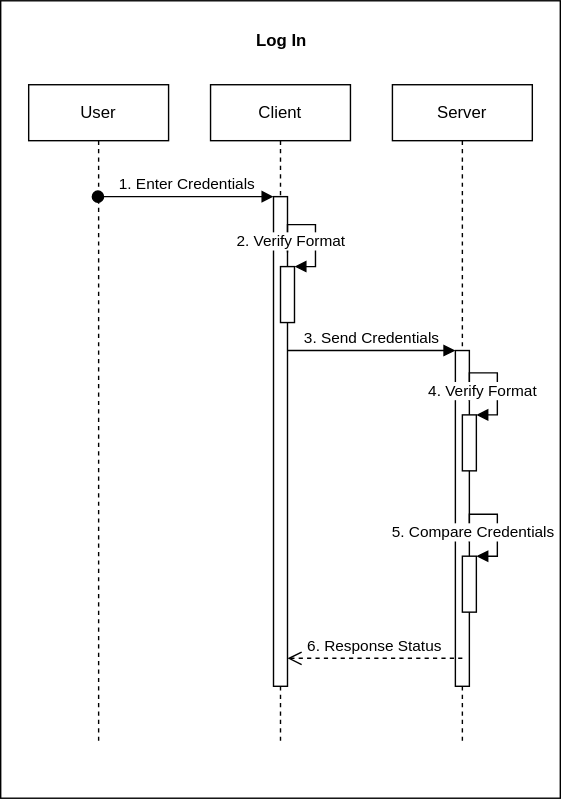
The draw.io diagram Diagrams/LogIn.svg in mikanaaa/User-Authentication-And-Authorization, before a commit. Source tidied: cells renumbered, new cells last; positions are measured from the earlier drawing's top-left corner, leaving out a move shared by most shapes. Source of this version:
```xml
<mxGraphModel>
  <root>
    <mxCell id="0" />
    <mxCell id="1" parent="0" />
    <mxCell id="2" value="&lt;p style=&quot;margin: 0px ; margin-top: 4px ; text-align: center&quot;&gt;&lt;b&gt;&lt;br&gt;&lt;/b&gt;&lt;/p&gt;&lt;p style=&quot;margin: 0px ; margin-top: 4px ; text-align: center&quot;&gt;&lt;b&gt;Log In&lt;/b&gt;&lt;/p&gt;" style="verticalAlign=top;align=left;overflow=fill;fontSize=12;fontFamily=Helvetica;html=1;fillColor=#ffffff;" parent="1" vertex="1">
      <mxGeometry width="400" height="570" as="geometry" />
    </mxCell>
    <mxCell id="3" value="User&lt;span style=&quot;color: rgba(0 , 0 , 0 , 0) ; font-family: monospace ; font-size: 0px ; white-space: nowrap&quot;&gt;%3CmxGraphModel%3E%3Croot%3E%3CmxCell%20id%3D%220%22%2F%3E%3CmxCell%20id%3D%221%22%20parent%3D%220%22%2F%3E%3CmxCell%20id%3D%222%22%20value%3D%22Client%22%20style%3D%22html%3D1%3B%22%20vertex%3D%221%22%20parent%3D%221%22%3E%3CmxGeometry%20x%3D%22305%22%20y%3D%2290%22%20width%3D%22110%22%20height%3D%2250%22%20as%3D%22geometry%22%2F%3E%3C%2FmxCell%3E%3C%2Froot%3E%3C%2FmxGraphModel%3E&lt;/span&gt;" style="shape=umlLifeline;perimeter=lifelinePerimeter;whiteSpace=wrap;html=1;outlineConnect=0;" parent="1" vertex="1">
      <mxGeometry x="20" y="60" width="100" height="470" as="geometry" />
    </mxCell>
    <mxCell id="4" value="Client" style="shape=umlLifeline;perimeter=lifelinePerimeter;whiteSpace=wrap;html=1;" parent="1" vertex="1">
      <mxGeometry x="150" y="60" width="100" height="470" as="geometry" />
    </mxCell>
    <mxCell id="5" style="html=1;points=[];perimeter=orthogonalPerimeter;" parent="4" vertex="1">
      <mxGeometry x="45" y="80" width="10" height="350" as="geometry" />
    </mxCell>
    <mxCell id="6" style="html=1;points=[];perimeter=orthogonalPerimeter;" parent="4" vertex="1">
      <mxGeometry x="50" y="130" width="10" height="40" as="geometry" />
    </mxCell>
    <mxCell id="7" value="2. Verify Format" style="edgeStyle=orthogonalEdgeStyle;html=1;align=left;spacingLeft=2;endArrow=block;rounded=0;entryX=1;entryY=0;" parent="4" edge="1" target="6">
      <mxGeometry x="-0.81" y="40" relative="1" as="geometry">
        <mxPoint x="55" y="120" as="sourcePoint" />
        <Array as="points">
          <mxPoint x="55" y="120" />
          <mxPoint x="55" y="100" />
          <mxPoint x="75" y="100" />
          <mxPoint x="75" y="130" />
        </Array>
      </mxGeometry>
    </mxCell>
    <mxCell id="8" value="Server" style="shape=umlLifeline;perimeter=lifelinePerimeter;whiteSpace=wrap;html=1;" parent="1" vertex="1">
      <mxGeometry x="280" y="60" width="100" height="470" as="geometry" />
    </mxCell>
    <mxCell id="9" style="html=1;points=[];perimeter=orthogonalPerimeter;" parent="8" vertex="1">
      <mxGeometry x="45" y="190" width="10" height="240" as="geometry" />
    </mxCell>
    <mxCell id="10" value="1. Enter Credentials" style="html=1;verticalAlign=bottom;startArrow=oval;endArrow=block;startSize=8;" parent="1" edge="1" source="3" target="5">
      <mxGeometry relative="1" as="geometry">
        <Array as="points">
          <mxPoint x="140" y="140" />
        </Array>
      </mxGeometry>
    </mxCell>
    <mxCell id="11" value="3. Send Credentials" style="html=1;verticalAlign=bottom;endArrow=block;entryX=0;entryY=0;" parent="1" edge="1" source="5" target="9">
      <mxGeometry relative="1" as="geometry" />
    </mxCell>
    <mxCell id="12" style="html=1;points=[];perimeter=orthogonalPerimeter;" parent="1" vertex="1">
      <mxGeometry x="330" y="296" width="10" height="40" as="geometry" />
    </mxCell>
    <mxCell id="13" value="4. Verify Format" style="edgeStyle=orthogonalEdgeStyle;html=1;align=left;spacingLeft=2;endArrow=block;rounded=0;entryX=1;entryY=0;" parent="1" edge="1" target="12">
      <mxGeometry x="-0.84" y="33" relative="1" as="geometry">
        <mxPoint x="335" y="286" as="sourcePoint" />
        <Array as="points">
          <mxPoint x="335" y="286" />
          <mxPoint x="335" y="266" />
          <mxPoint x="355" y="266" />
          <mxPoint x="355" y="296" />
        </Array>
      </mxGeometry>
    </mxCell>
    <mxCell id="14" style="html=1;points=[];perimeter=orthogonalPerimeter;" parent="1" vertex="1">
      <mxGeometry x="330" y="397" width="10" height="40" as="geometry" />
    </mxCell>
    <mxCell id="15" value="5. Compare Credentials" style="edgeStyle=orthogonalEdgeStyle;html=1;align=left;spacingLeft=2;endArrow=block;rounded=0;entryX=1;entryY=0;" parent="1" edge="1" target="14">
      <mxGeometry x="-0.84" y="59" relative="1" as="geometry">
        <mxPoint x="335" y="387" as="sourcePoint" />
        <Array as="points">
          <mxPoint x="335" y="387" />
          <mxPoint x="335" y="367" />
          <mxPoint x="355" y="367" />
          <mxPoint x="355" y="397" />
        </Array>
      </mxGeometry>
    </mxCell>
    <mxCell id="16" value="6. Response Status" style="html=1;verticalAlign=bottom;endArrow=open;dashed=1;endSize=8;" parent="1" edge="1" target="5">
      <mxGeometry relative="1" as="geometry">
        <mxPoint x="330" y="470" as="sourcePoint" />
      </mxGeometry>
    </mxCell>
  </root>
</mxGraphModel>
```
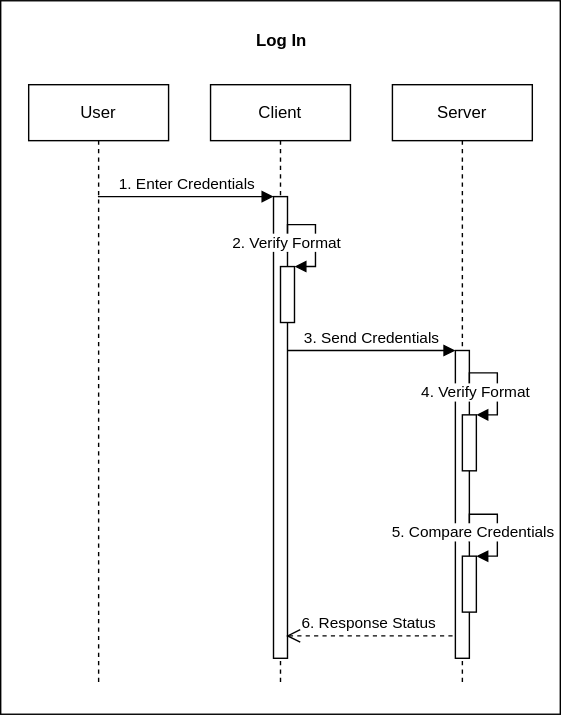
Above is the later version.

Diff of the diagram source:
```diff
@@ -3,22 +3,22 @@
     <mxCell id="0" />
     <mxCell id="1" parent="0" />
     <mxCell id="2" value="&lt;p style=&quot;margin: 0px ; margin-top: 4px ; text-align: center&quot;&gt;&lt;b&gt;&lt;br&gt;&lt;/b&gt;&lt;/p&gt;&lt;p style=&quot;margin: 0px ; margin-top: 4px ; text-align: center&quot;&gt;&lt;b&gt;Log In&lt;/b&gt;&lt;/p&gt;" style="verticalAlign=top;align=left;overflow=fill;fontSize=12;fontFamily=Helvetica;html=1;fillColor=#ffffff;" parent="1" vertex="1">
-      <mxGeometry width="400" height="570" as="geometry" />
+      <mxGeometry width="400" height="510" as="geometry" />
     </mxCell>
     <mxCell id="3" value="User&lt;span style=&quot;color: rgba(0 , 0 , 0 , 0) ; font-family: monospace ; font-size: 0px ; white-space: nowrap&quot;&gt;%3CmxGraphModel%3E%3Croot%3E%3CmxCell%20id%3D%220%22%2F%3E%3CmxCell%20id%3D%221%22%20parent%3D%220%22%2F%3E%3CmxCell%20id%3D%222%22%20value%3D%22Client%22%20style%3D%22html%3D1%3B%22%20vertex%3D%221%22%20parent%3D%221%22%3E%3CmxGeometry%20x%3D%22305%22%20y%3D%2290%22%20width%3D%22110%22%20height%3D%2250%22%20as%3D%22geometry%22%2F%3E%3C%2FmxCell%3E%3C%2Froot%3E%3C%2FmxGraphModel%3E&lt;/span&gt;" style="shape=umlLifeline;perimeter=lifelinePerimeter;whiteSpace=wrap;html=1;outlineConnect=0;" parent="1" vertex="1">
-      <mxGeometry x="20" y="60" width="100" height="470" as="geometry" />
+      <mxGeometry x="20" y="60" width="100" height="430" as="geometry" />
     </mxCell>
     <mxCell id="4" value="Client" style="shape=umlLifeline;perimeter=lifelinePerimeter;whiteSpace=wrap;html=1;" parent="1" vertex="1">
-      <mxGeometry x="150" y="60" width="100" height="470" as="geometry" />
+      <mxGeometry x="150" y="60" width="100" height="430" as="geometry" />
     </mxCell>
     <mxCell id="5" style="html=1;points=[];perimeter=orthogonalPerimeter;" parent="4" vertex="1">
-      <mxGeometry x="45" y="80" width="10" height="350" as="geometry" />
+      <mxGeometry x="45" y="80" width="10" height="330" as="geometry" />
     </mxCell>
     <mxCell id="6" style="html=1;points=[];perimeter=orthogonalPerimeter;" parent="4" vertex="1">
       <mxGeometry x="50" y="130" width="10" height="40" as="geometry" />
     </mxCell>
     <mxCell id="7" value="2. Verify Format" style="edgeStyle=orthogonalEdgeStyle;html=1;align=left;spacingLeft=2;endArrow=block;rounded=0;entryX=1;entryY=0;" parent="4" edge="1" target="6">
-      <mxGeometry x="-0.81" y="40" relative="1" as="geometry">
+      <mxGeometry x="-0.84" y="43" relative="1" as="geometry">
         <mxPoint x="55" y="120" as="sourcePoint" />
         <Array as="points">
           <mxPoint x="55" y="120" />
@@ -29,12 +29,12 @@
       </mxGeometry>
     </mxCell>
     <mxCell id="8" value="Server" style="shape=umlLifeline;perimeter=lifelinePerimeter;whiteSpace=wrap;html=1;" parent="1" vertex="1">
-      <mxGeometry x="280" y="60" width="100" height="470" as="geometry" />
+      <mxGeometry x="280" y="60" width="100" height="430" as="geometry" />
     </mxCell>
     <mxCell id="9" style="html=1;points=[];perimeter=orthogonalPerimeter;" parent="8" vertex="1">
-      <mxGeometry x="45" y="190" width="10" height="240" as="geometry" />
+      <mxGeometry x="45" y="190" width="10" height="220" as="geometry" />
     </mxCell>
-    <mxCell id="10" value="1. Enter Credentials" style="html=1;verticalAlign=bottom;startArrow=oval;endArrow=block;startSize=8;" parent="1" edge="1" source="3" target="5">
+    <mxCell id="10" value="1. Enter Credentials" style="html=1;verticalAlign=bottom;startArrow=none;endArrow=block;startSize=8;startFill=0;" parent="1" edge="1" source="3" target="5">
       <mxGeometry relative="1" as="geometry">
         <Array as="points">
           <mxPoint x="140" y="140" />
@@ -48,7 +48,7 @@
       <mxGeometry x="330" y="296" width="10" height="40" as="geometry" />
     </mxCell>
     <mxCell id="13" value="4. Verify Format" style="edgeStyle=orthogonalEdgeStyle;html=1;align=left;spacingLeft=2;endArrow=block;rounded=0;entryX=1;entryY=0;" parent="1" edge="1" target="12">
-      <mxGeometry x="-0.84" y="33" relative="1" as="geometry">
+      <mxGeometry x="-0.86" y="38" relative="1" as="geometry">
         <mxPoint x="335" y="286" as="sourcePoint" />
         <Array as="points">
           <mxPoint x="335" y="286" />
@@ -72,9 +72,10 @@
         </Array>
       </mxGeometry>
     </mxCell>
-    <mxCell id="16" value="6. Response Status" style="html=1;verticalAlign=bottom;endArrow=open;dashed=1;endSize=8;" parent="1" edge="1" target="5">
+    <mxCell id="16" value="6. Response Status" style="html=1;verticalAlign=bottom;endArrow=open;dashed=1;endSize=8;exitX=0.81;exitY=0.858;exitDx=0;exitDy=0;exitPerimeter=0;" parent="1" edge="1">
       <mxGeometry relative="1" as="geometry">
-        <mxPoint x="330" y="470" as="sourcePoint" />
+        <mxPoint x="323" y="454" as="sourcePoint" />
+        <mxPoint x="204" y="454" as="targetPoint" />
       </mxGeometry>
     </mxCell>
   </root>
```
